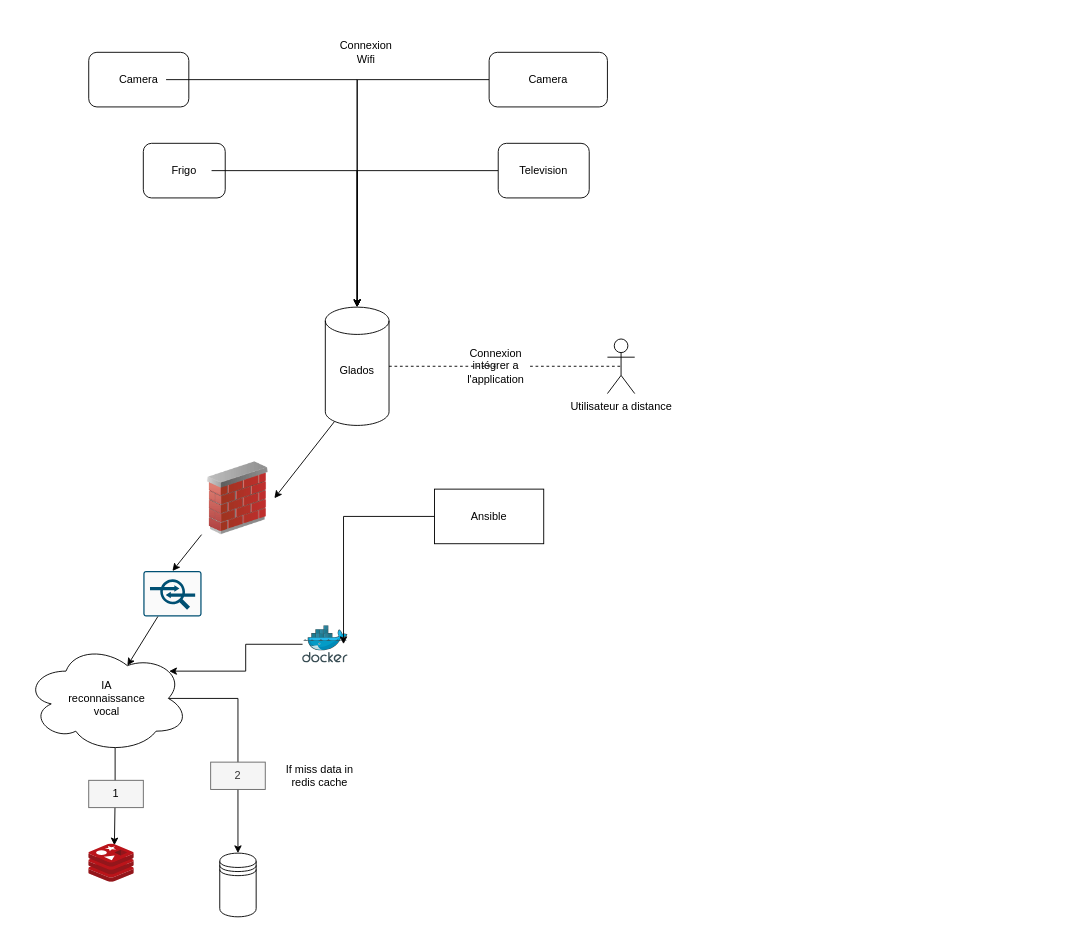
Before: page "Page-1" (1 of 2) of Infra glados.drawio in Atchuross/Atchuross, a draw.io diagram. Source tidied: cells renumbered, new cells numbered last; positions are measured from the earlier drawing's top-left corner, leaving out a move shared by most shapes. Both pictures are drawn from the tidied source at 91%, with x=0, y=0 at pixel (25, 38).
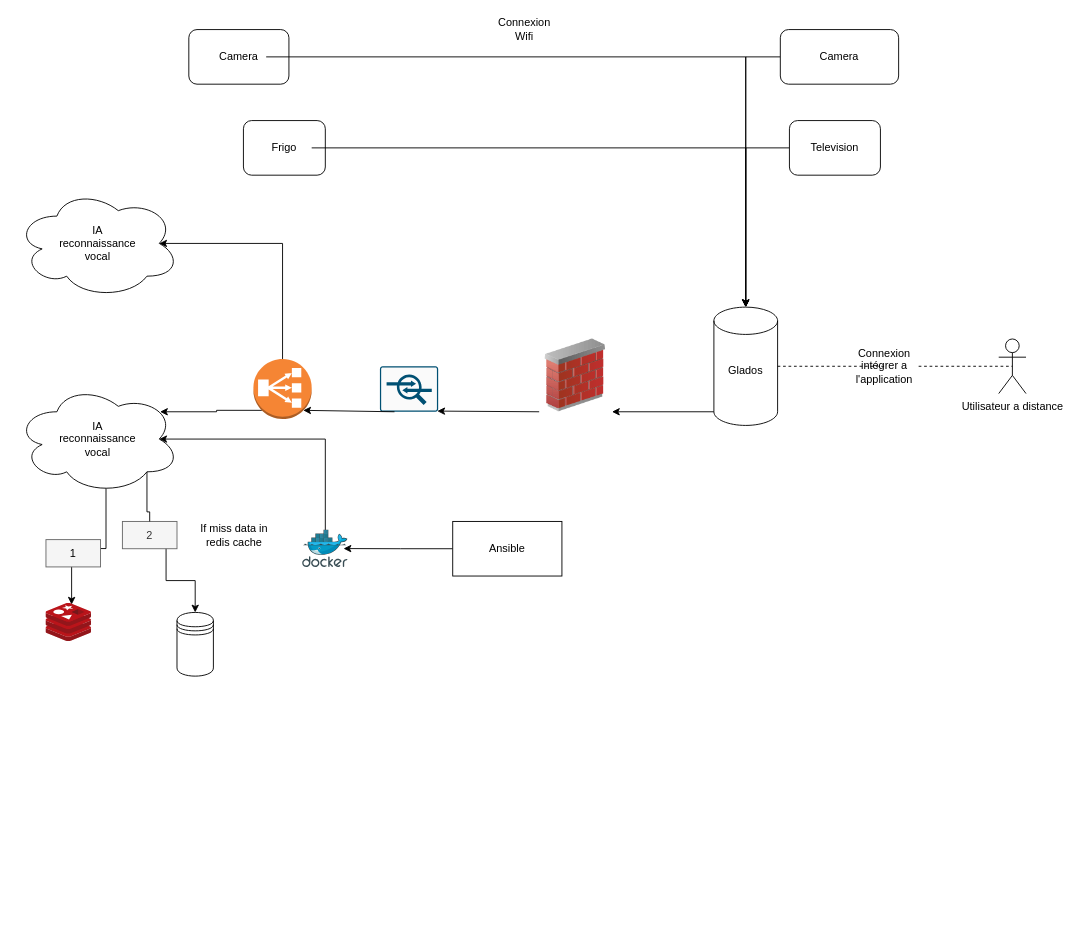
The same page after the edit.

Commit message:
Mettre à jour Infra glados.drawio

Diff of the diagram source:
```diff
@@
     <mxCell id="2" style="shape=cylinder3;whiteSpace=wrap;html=1;boundedLbl=1;backgroundOutline=1;size=15;" parent="1" vertex="1">
-      <mxGeometry x="330" y="295" width="70" height="130" as="geometry" />
+      <mxGeometry x="757" y="295" width="70" height="130" as="geometry" />
     </mxCell>
     <mxCell id="3" value="Glados" style="text;html=1;strokeColor=none;fillColor=none;align=center;verticalAlign=middle;whiteSpace=wrap;rounded=0;" parent="1" vertex="1">
-      <mxGeometry x="335" y="350" width="60" height="30" as="geometry" />
+      <mxGeometry x="762" y="350" width="60" height="30" as="geometry" />
     </mxCell>
     <mxCell id="4" style="rounded=1;whiteSpace=wrap;html=1;" parent="1" vertex="1">
-      <mxGeometry x="70" y="15" width="110" height="60" as="geometry" />
+      <mxGeometry x="180" y="-10" width="110" height="60" as="geometry" />
     </mxCell>
     <mxCell id="5" style="rounded=1;whiteSpace=wrap;html=1;" parent="1" vertex="1">
-      <mxGeometry x="130" y="115" width="90" height="60" as="geometry" />
+      <mxGeometry x="240" y="90" width="90" height="60" as="geometry" />
     </mxCell>
@@
     <mxCell id="7" style="rounded=1;whiteSpace=wrap;html=1;" parent="1" vertex="1">
-      <mxGeometry x="510" y="15" width="130" height="60" as="geometry" />
+      <mxGeometry x="830" y="-10" width="130" height="60" as="geometry" />
     </mxCell>
@@
     <mxCell id="9" style="rounded=1;whiteSpace=wrap;html=1;" parent="1" vertex="1">
-      <mxGeometry x="520" y="115" width="100" height="60" as="geometry" />
+      <mxGeometry x="840" y="90" width="100" height="60" as="geometry" />
     </mxCell>
@@
     <mxCell id="11" value="Camera" style="text;html=1;strokeColor=none;fillColor=none;align=center;verticalAlign=middle;whiteSpace=wrap;rounded=0;" parent="1" vertex="1">
-      <mxGeometry x="95" y="30" width="60" height="30" as="geometry" />
+      <mxGeometry x="205" y="5" width="60" height="30" as="geometry" />
     </mxCell>
@@
     <mxCell id="13" value="Frigo" style="text;html=1;strokeColor=none;fillColor=none;align=center;verticalAlign=middle;whiteSpace=wrap;rounded=0;" parent="1" vertex="1">
-      <mxGeometry x="145" y="130" width="60" height="30" as="geometry" />
+      <mxGeometry x="255" y="105" width="60" height="30" as="geometry" />
     </mxCell>
     <mxCell id="14" value="Television" style="text;html=1;strokeColor=none;fillColor=none;align=center;verticalAlign=middle;whiteSpace=wrap;rounded=0;" parent="1" vertex="1">
-      <mxGeometry x="540" y="130" width="60" height="30" as="geometry" />
+      <mxGeometry x="860" y="105" width="60" height="30" as="geometry" />
     </mxCell>
     <mxCell id="15" value="Camera" style="text;html=1;strokeColor=none;fillColor=none;align=center;verticalAlign=middle;whiteSpace=wrap;rounded=0;" parent="1" vertex="1">
-      <mxGeometry x="545" y="30" width="60" height="30" as="geometry" />
+      <mxGeometry x="865" y="5" width="60" height="30" as="geometry" />
     </mxCell>
     <mxCell id="16" value="Connexion Wifi" style="text;html=1;strokeColor=none;fillColor=none;align=center;verticalAlign=middle;whiteSpace=wrap;rounded=0;" parent="1" vertex="1">
-      <mxGeometry x="345" width="60" height="30" as="geometry" />
+      <mxGeometry x="519" y="-25" width="60" height="30" as="geometry" />
     </mxCell>
-    <mxCell id="17" style="edgeStyle=orthogonalEdgeStyle;rounded=0;jettySize=auto;html=1;exitX=0.875;exitY=0.5;exitDx=0;exitDy=0;exitPerimeter=0;entryX=0.5;entryY=0;entryDx=0;entryDy=0;" parent="1" edge="1" source="19" target="31">
+    <mxCell id="17" style="edgeStyle=orthogonalEdgeStyle;rounded=0;jettySize=auto;html=1;exitX=0.8;exitY=0.8;exitDx=0;exitDy=0;exitPerimeter=0;entryX=0.5;entryY=0;entryDx=0;entryDy=0;startArrow=none;" parent="1" edge="1" source="34" target="31">
       <mxGeometry relative="1" as="geometry" />
     </mxCell>
@@
     <mxCell id="19" style="ellipse;shape=cloud;whiteSpace=wrap;html=1;" parent="1" vertex="1">
-      <mxGeometry y="665" width="180" height="120" as="geometry" />
+      <mxGeometry x="-10" y="380" width="180" height="120" as="geometry" />
     </mxCell>
     <mxCell id="20" value="IA reconnaissance vocal" style="text;html=1;strokeColor=none;fillColor=none;align=center;verticalAlign=middle;whiteSpace=wrap;rounded=0;" parent="1" vertex="1">
-      <mxGeometry x="60" y="710" width="60" height="30" as="geometry" />
+      <mxGeometry x="50" y="425" width="60" height="30" as="geometry" />
     </mxCell>
@@
     <mxCell id="22" value="Utilisateur a distance" style="shape=umlActor;verticalLabelPosition=bottom;verticalAlign=top;html=1;outlineConnect=0;" parent="1" vertex="1">
-      <mxGeometry x="640" y="330" width="30" height="60" as="geometry" />
+      <mxGeometry x="1070" y="330" width="30" height="60" as="geometry" />
     </mxCell>
     <mxCell id="23" style="image;html=1;image=img/lib/clip_art/networking/Firewall_02_128x128.png;" parent="1" vertex="1">
-      <mxGeometry x="194" y="465" width="80" height="80" as="geometry" />
+      <mxGeometry x="565" y="330" width="80" height="80" as="geometry" />
     </mxCell>
     <mxCell id="24" style="sketch=0;points=[[0.015,0.015,0],[0.985,0.015,0],[0.985,0.985,0],[0.015,0.985,0],[0.25,0,0],[0.5,0,0],[0.75,0,0],[1,0.25,0],[1,0.5,0],[1,0.75,0],[0.75,1,0],[0.5,1,0],[0.25,1,0],[0,0.75,0],[0,0.5,0],[0,0.25,0]];verticalLabelPosition=bottom;html=1;verticalAlign=top;align=center;shape=mxgraph.cisco19.rect;prIcon=ips_ids;fillColor=#FAFAFA;strokeColor=#005073;" parent="1" vertex="1">
-      <mxGeometry x="130" y="585" width="64" height="50" as="geometry" />
+      <mxGeometry x="390" y="360" width="64" height="50" as="geometry" />
     </mxCell>
-    <mxCell id="25" style="endArrow=classic;html=1;rounded=0;exitX=0.145;exitY=1;exitDx=0;exitDy=-4.35;exitPerimeter=0;entryX=1;entryY=0.5;entryDx=0;entryDy=0;" parent="1" edge="1" source="2" target="23">
+    <mxCell id="25" style="endArrow=classic;html=1;rounded=0;exitX=0;exitY=1;exitDx=0;exitDy=-15;exitPerimeter=0;entryX=1;entryY=1;entryDx=0;entryDy=0;" parent="1" edge="1" source="2" target="23">
       <mxGeometry relative="1" as="geometry" />
     </mxCell>
-    <mxCell id="26" style="endArrow=classic;html=1;rounded=0;exitX=0;exitY=1;exitDx=0;exitDy=0;entryX=0.5;entryY=0;entryDx=0;entryDy=0;entryPerimeter=0;" parent="1" edge="1" source="23" target="24">
+    <mxCell id="26" style="endArrow=classic;html=1;rounded=0;exitX=0;exitY=1;exitDx=0;exitDy=0;entryX=0.985;entryY=0.985;entryDx=0;entryDy=0;entryPerimeter=0;" parent="1" edge="1" source="23" target="24">
       <mxGeometry relative="1" as="geometry" />
     </mxCell>
-    <mxCell id="27" style="endArrow=classic;html=1;rounded=0;exitX=0.25;exitY=1;exitDx=0;exitDy=0;exitPerimeter=0;entryX=0.625;entryY=0.2;entryDx=0;entryDy=0;entryPerimeter=0;" parent="1" edge="1" source="24" target="19">
+    <mxCell id="27" style="endArrow=classic;html=1;rounded=0;exitX=0.25;exitY=1;exitDx=0;exitDy=0;exitPerimeter=0;entryX=0.855;entryY=0.855;entryDx=0;entryDy=0;entryPerimeter=0;" parent="1" edge="1" source="24" target="43">
       <mxGeometry relative="1" as="geometry" />
     </mxCell>
     <mxCell id="28" value="Connexion intégrer a l'application" style="text;html=1;strokeColor=none;fillColor=none;align=center;verticalAlign=middle;whiteSpace=wrap;rounded=0;" parent="1" vertex="1">
-      <mxGeometry x="480" y="340" width="75" height="40" as="geometry" />
+      <mxGeometry x="907" y="340" width="75" height="40" as="geometry" />
     </mxCell>
@@
     <mxCell id="30" style="sketch=0;html=1;points=[];align=center;image;fontSize=12;image=img/lib/mscae/Cache_Redis_Product.svg;" parent="1" vertex="1">
-      <mxGeometry x="70" y="885" width="50" height="42" as="geometry" />
+      <mxGeometry x="23" y="620.5" width="50" height="42" as="geometry" />
     </mxCell>
     <mxCell id="31" style="shape=datastore;whiteSpace=wrap;html=1;" parent="1" vertex="1">
-      <mxGeometry x="214" y="895" width="40" height="70" as="geometry" />
+      <mxGeometry x="167" y="630.5" width="40" height="70" as="geometry" />
     </mxCell>
     <mxCell id="32" value="If miss data in redis cache" style="text;html=1;strokeColor=none;fillColor=none;align=center;verticalAlign=middle;whiteSpace=wrap;rounded=0;" parent="1" vertex="1">
-      <mxGeometry x="274" y="795" width="100" height="30" as="geometry" />
+      <mxGeometry x="180" y="530.5" width="100" height="30" as="geometry" />
     </mxCell>
     <mxCell id="33" value="&lt;font color=&quot;#000000&quot;&gt;1&lt;/font&gt;" style="text;html=1;strokeColor=#666666;fillColor=#f5f5f5;align=center;verticalAlign=middle;whiteSpace=wrap;rounded=0;fontColor=#333333;" parent="1" vertex="1">
-      <mxGeometry x="70" y="815" width="60" height="30" as="geometry" />
+      <mxGeometry x="23" y="550.5" width="60" height="30" as="geometry" />
     </mxCell>
-    <mxCell id="34" value="2" style="text;html=1;strokeColor=#666666;fillColor=#f5f5f5;align=center;verticalAlign=middle;whiteSpace=wrap;rounded=0;fontColor=#333333;" parent="1" vertex="1">
-      <mxGeometry x="204" y="795" width="60" height="30" as="geometry" />
-    </mxCell>
-    <mxCell id="35" style="edgeStyle=orthogonalEdgeStyle;rounded=0;jettySize=auto;html=1;entryX=0.88;entryY=0.25;entryDx=0;entryDy=0;entryPerimeter=0;fontColor=#000000;" parent="1" edge="1" source="36" target="19">
-      <mxGeometry relative="1" as="geometry" />
+    <mxCell id="35" style="edgeStyle=orthogonalEdgeStyle;rounded=0;jettySize=auto;html=1;entryX=0.875;entryY=0.5;entryDx=0;entryDy=0;entryPerimeter=0;fontColor=#000000;" parent="1" edge="1" source="36" target="19">
+      <mxGeometry relative="1" as="geometry">
+        <Array as="points">
+          <mxPoint x="330" y="440" />
+        </Array>
+      </mxGeometry>
     </mxCell>
     <mxCell id="36" style="sketch=0;html=1;points=[];align=center;image;fontSize=12;image=img/lib/mscae/Docker.svg;fontColor=#000000;" parent="1" vertex="1">
-      <mxGeometry x="305" y="645" width="50" height="41" as="geometry" />
+      <mxGeometry x="305" y="540" width="50" height="41" as="geometry" />
     </mxCell>
@@
     <mxCell id="38" style="rounded=0;whiteSpace=wrap;html=1;fontColor=#000000;" parent="1" vertex="1">
-      <mxGeometry x="450" y="495" width="120" height="60" as="geometry" />
+      <mxGeometry x="470" y="530.5" width="120" height="60" as="geometry" />
     </mxCell>
     <mxCell id="39" value="Ansible" style="text;html=1;strokeColor=none;fillColor=none;align=center;verticalAlign=middle;whiteSpace=wrap;rounded=0;fontColor=#000000;" parent="1" vertex="1">
-      <mxGeometry x="480" y="510" width="60" height="30" as="geometry" />
+      <mxGeometry x="500" y="545.5" width="60" height="30" as="geometry" />
     </mxCell>
+    <mxCell id="34" value="2" style="text;html=1;strokeColor=#666666;fillColor=#f5f5f5;align=center;verticalAlign=middle;whiteSpace=wrap;rounded=0;fontColor=#333333;" parent="1" vertex="1">
+      <mxGeometry x="107" y="530.5" width="60" height="30" as="geometry" />
+    </mxCell>
+    <mxCell id="40" style="edgeStyle=orthogonalEdgeStyle;rounded=0;jettySize=auto;html=1;exitX=0.8;exitY=0.8;exitDx=0;exitDy=0;exitPerimeter=0;entryX=0.5;entryY=0;entryDx=0;entryDy=0;endArrow=none;" parent="1" edge="1" source="19" target="34">
+      <mxGeometry relative="1" as="geometry" />
+    </mxCell>
+    <mxCell id="41" style="edgeStyle=orthogonalEdgeStyle;rounded=0;jettySize=auto;html=1;exitX=0.145;exitY=0.855;exitDx=0;exitDy=0;exitPerimeter=0;entryX=0.88;entryY=0.25;entryDx=0;entryDy=0;entryPerimeter=0;" parent="1" edge="1" source="43" target="19">
+      <mxGeometry relative="1" as="geometry" />
+    </mxCell>
+    <mxCell id="42" style="edgeStyle=orthogonalEdgeStyle;rounded=0;jettySize=auto;html=1;exitX=0.5;exitY=0;exitDx=0;exitDy=0;exitPerimeter=0;entryX=0.875;entryY=0.5;entryDx=0;entryDy=0;entryPerimeter=0;" parent="1" edge="1" source="43" target="44">
+      <mxGeometry relative="1" as="geometry">
+        <Array as="points">
+          <mxPoint x="283" y="225" />
+        </Array>
+      </mxGeometry>
+    </mxCell>
+    <mxCell id="43" style="outlineConnect=0;dashed=0;verticalLabelPosition=bottom;verticalAlign=top;align=center;html=1;shape=mxgraph.aws3.classic_load_balancer;fillColor=#F58534;gradientColor=none;" parent="1" vertex="1">
+      <mxGeometry x="251" y="352" width="64" height="66" as="geometry" />
+    </mxCell>
+    <mxCell id="44" style="ellipse;shape=cloud;whiteSpace=wrap;html=1;" parent="1" vertex="1">
+      <mxGeometry x="-10" y="165" width="180" height="120" as="geometry" />
+    </mxCell>
+    <mxCell id="45" value="IA reconnaissance vocal" style="text;html=1;strokeColor=none;fillColor=none;align=center;verticalAlign=middle;whiteSpace=wrap;rounded=0;" parent="1" vertex="1">
+      <mxGeometry x="50" y="210" width="60" height="30" as="geometry" />
+    </mxCell>
```
